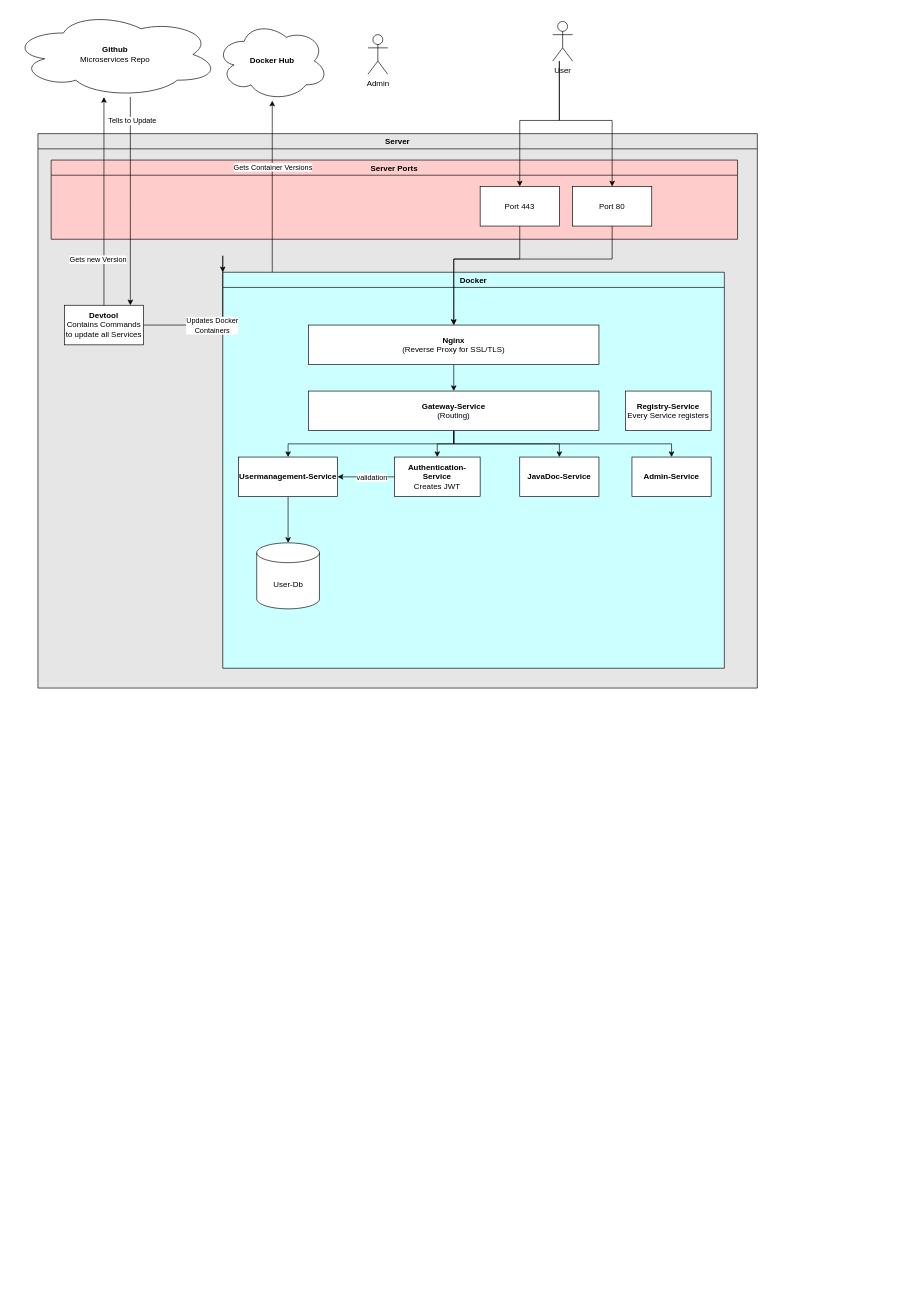
Above: docs/Diagram.drawio in MichiBaum/Microservices (draw.io), before the change. Source tidied: cells renumbered, new cells numbered last; positions are measured from the earlier drawing's top-left corner, leaving out a move shared by most shapes. Both pictures are drawn from the tidied source at 66%, with x=0, y=0 at pixel (11, 11).
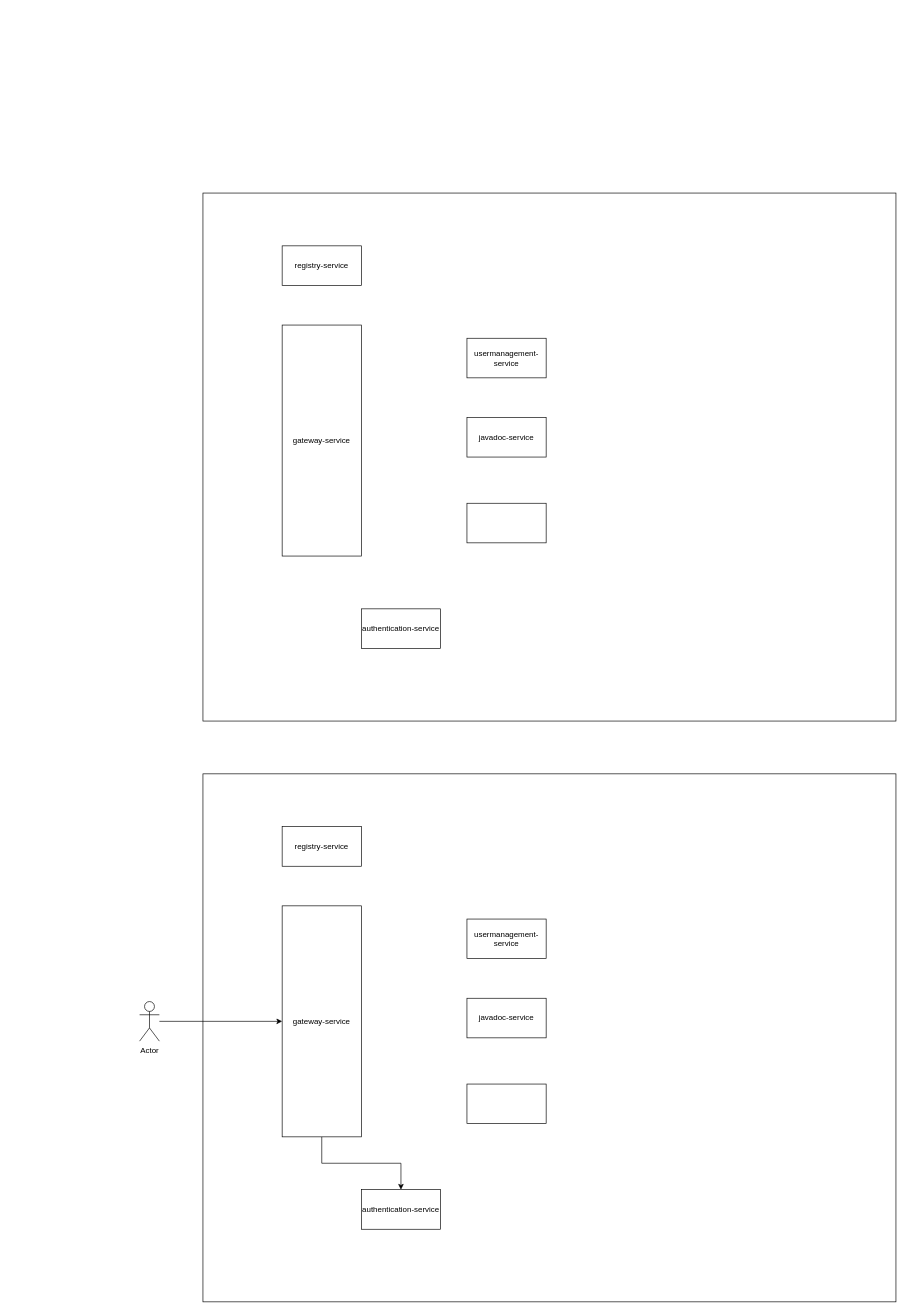
Above is the later version.

Diff of the diagram source:
```diff
@@
-    <mxCell id="2" value="Server" style="swimlane;fillColor=#E6E6E6;gradientColor=none;swimlaneFillColor=#E6E6E6;" parent="1" vertex="1">
-      <mxGeometry x="40" y="185" width="1090" height="840" as="geometry" />
-    </mxCell>
-    <mxCell id="3" value="Docker" style="swimlane;fillColor=#CCFFFF;swimlaneFillColor=#CCFFFF;" parent="2" vertex="1">
-      <mxGeometry x="280" y="210" width="760" height="600" as="geometry" />
-    </mxCell>
-    <mxCell id="4" value="User-Db" style="shape=cylinder3;whiteSpace=wrap;html=1;boundedLbl=1;backgroundOutline=1;size=15;" parent="3" vertex="1">
-      <mxGeometry x="51.5" y="410" width="95" height="100" as="geometry" />
-    </mxCell>
-    <mxCell id="5" style="edgeStyle=orthogonalEdgeStyle;rounded=0;jettySize=auto;html=1;" parent="3" edge="1" source="6" target="11">
-      <mxGeometry relative="1" as="geometry" />
-    </mxCell>
-    <mxCell id="6" value="&lt;b&gt;Nginx&lt;/b&gt;&lt;br&gt;(Reverse Proxy for SSL/TLS)" style="rounded=0;whiteSpace=wrap;html=1;" parent="3" vertex="1">
-      <mxGeometry x="130" y="80" width="440" height="60" as="geometry" />
-    </mxCell>
-    <mxCell id="7" style="edgeStyle=orthogonalEdgeStyle;rounded=0;jettySize=auto;html=1;" parent="3" edge="1" source="11" target="12">
-      <mxGeometry relative="1" as="geometry" />
-    </mxCell>
-    <mxCell id="8" style="edgeStyle=orthogonalEdgeStyle;rounded=0;jettySize=auto;html=1;" parent="3" edge="1" source="11" target="18">
-      <mxGeometry relative="1" as="geometry" />
-    </mxCell>
-    <mxCell id="9" style="edgeStyle=orthogonalEdgeStyle;rounded=0;jettySize=auto;html=1;" parent="3" edge="1" source="11" target="15">
-      <mxGeometry relative="1" as="geometry" />
-    </mxCell>
-    <mxCell id="10" style="edgeStyle=orthogonalEdgeStyle;rounded=0;jettySize=auto;html=1;" parent="3" edge="1" source="11" target="19">
-      <mxGeometry relative="1" as="geometry">
-        <Array as="points">
-          <mxPoint x="350" y="260" />
-          <mxPoint x="680" y="260" />
-        </Array>
-      </mxGeometry>
-    </mxCell>
-    <mxCell id="11" value="&lt;b&gt;Gateway-Service&lt;/b&gt;&lt;br&gt;(Routing)" style="rounded=0;whiteSpace=wrap;html=1;" parent="3" vertex="1">
-      <mxGeometry x="130" y="180" width="440" height="60" as="geometry" />
-    </mxCell>
-    <mxCell id="12" value="&lt;b&gt;JavaDoc-Service&lt;/b&gt;" style="rounded=0;whiteSpace=wrap;html=1;" parent="3" vertex="1">
-      <mxGeometry x="450" y="280" width="120" height="60" as="geometry" />
-    </mxCell>
-    <mxCell id="13" value="&lt;b&gt;Registry-Service&lt;/b&gt;&lt;br&gt;Every Service registers" style="rounded=0;whiteSpace=wrap;html=1;" parent="3" vertex="1">
-      <mxGeometry x="610" y="180" width="130" height="60" as="geometry" />
-    </mxCell>
-    <mxCell id="14" style="edgeStyle=orthogonalEdgeStyle;rounded=0;jettySize=auto;html=1;" parent="3" edge="1" source="15" target="4">
-      <mxGeometry relative="1" as="geometry" />
-    </mxCell>
-    <mxCell id="15" value="&lt;b&gt;Usermanagement-Service&lt;/b&gt;" style="rounded=0;whiteSpace=wrap;html=1;" parent="3" vertex="1">
-      <mxGeometry x="24" y="280" width="150" height="60" as="geometry" />
-    </mxCell>
-    <mxCell id="16" style="edgeStyle=orthogonalEdgeStyle;rounded=0;jettySize=auto;html=1;" parent="3" edge="1" source="18" target="15">
-      <mxGeometry relative="1" as="geometry" />
-    </mxCell>
-    <mxCell id="17" value="validation" style="edgeLabel;html=1;align=center;verticalAlign=middle;" parent="16" vertex="1">
-      <mxGeometry x="-0.19" relative="1" as="geometry" />
-    </mxCell>
-    <mxCell id="18" value="&lt;b&gt;Authentication-Service&lt;/b&gt;&lt;br&gt;Creates JWT" style="rounded=0;whiteSpace=wrap;html=1;" parent="3" vertex="1">
-      <mxGeometry x="260" y="280" width="130" height="60" as="geometry" />
-    </mxCell>
-    <mxCell id="19" value="&lt;b&gt;Admin-Service&lt;/b&gt;" style="rounded=0;whiteSpace=wrap;html=1;" parent="3" vertex="1">
-      <mxGeometry x="620" y="280" width="120" height="60" as="geometry" />
-    </mxCell>
-    <mxCell id="20" style="edgeStyle=orthogonalEdgeStyle;rounded=0;jettySize=auto;html=1;" parent="2" edge="1" source="22" target="3">
-      <mxGeometry relative="1" as="geometry">
-        <Array as="points">
-          <mxPoint x="280" y="185" />
-          <mxPoint x="280" y="185" />
-        </Array>
-      </mxGeometry>
-    </mxCell>
-    <mxCell id="21" value="Updates Docker&lt;br&gt;Containers" style="edgeLabel;html=1;align=center;verticalAlign=middle;" parent="20" vertex="1">
-      <mxGeometry x="-0.3" y="-1" relative="1" as="geometry">
-        <mxPoint x="15" y="-1" as="offset" />
-      </mxGeometry>
-    </mxCell>
-    <mxCell id="22" value="&lt;b&gt;Devtool&lt;/b&gt;&lt;br&gt;Contains Commands to update all Services" style="rounded=0;whiteSpace=wrap;html=1;" parent="2" vertex="1">
-      <mxGeometry x="40" y="260" width="120" height="60" as="geometry" />
-    </mxCell>
-    <mxCell id="23" value="Server Ports" style="swimlane;fillColor=#FFCCCC;swimlaneFillColor=#FFCCCC;" parent="2" vertex="1">
-      <mxGeometry x="20" y="40" width="1040" height="120" as="geometry" />
-    </mxCell>
-    <mxCell id="24" value="Port 80" style="rounded=0;whiteSpace=wrap;html=1;" parent="23" vertex="1">
-      <mxGeometry x="790" y="40" width="120" height="60" as="geometry" />
-    </mxCell>
-    <mxCell id="25" value="Port 443" style="rounded=0;whiteSpace=wrap;html=1;" parent="23" vertex="1">
-      <mxGeometry x="650" y="40" width="120" height="60" as="geometry" />
-    </mxCell>
-    <mxCell id="26" style="edgeStyle=orthogonalEdgeStyle;rounded=0;jettySize=auto;html=1;" parent="2" edge="1" source="25" target="6">
-      <mxGeometry relative="1" as="geometry">
-        <Array as="points">
-          <mxPoint x="730" y="190" />
-          <mxPoint x="630" y="190" />
-        </Array>
-      </mxGeometry>
-    </mxCell>
-    <mxCell id="27" style="edgeStyle=orthogonalEdgeStyle;rounded=0;jettySize=auto;html=1;" parent="2" edge="1" source="24" target="6">
-      <mxGeometry relative="1" as="geometry">
-        <Array as="points">
-          <mxPoint x="870" y="190" />
-          <mxPoint x="630" y="190" />
-        </Array>
-      </mxGeometry>
-    </mxCell>
-    <mxCell id="28" style="edgeStyle=orthogonalEdgeStyle;rounded=0;jettySize=auto;html=1;" parent="1" edge="1" source="30" target="22">
-      <mxGeometry relative="1" as="geometry">
-        <Array as="points">
-          <mxPoint x="180" y="295" />
-          <mxPoint x="180" y="295" />
-        </Array>
-      </mxGeometry>
-    </mxCell>
-    <mxCell id="29" value="Tells to Update" style="edgeLabel;html=1;align=center;verticalAlign=middle;" parent="28" vertex="1">
-      <mxGeometry x="0.16" y="2" relative="1" as="geometry">
-        <mxPoint y="-147" as="offset" />
-      </mxGeometry>
-    </mxCell>
-    <mxCell id="30" value="&lt;b&gt;Github&lt;/b&gt;&lt;br&gt;Microservices Repo" style="ellipse;shape=cloud;whiteSpace=wrap;html=1;" parent="1" vertex="1">
-      <mxGeometry width="314" height="130" as="geometry" />
-    </mxCell>
-    <mxCell id="31" style="edgeStyle=orthogonalEdgeStyle;rounded=0;jettySize=auto;html=1;" parent="1" edge="1" source="22" target="30">
-      <mxGeometry relative="1" as="geometry">
-        <Array as="points">
-          <mxPoint x="140" y="205" />
-          <mxPoint x="140" y="205" />
-        </Array>
-      </mxGeometry>
-    </mxCell>
-    <mxCell id="32" value="Gets new Version" style="edgeLabel;html=1;align=center;verticalAlign=middle;" parent="31" vertex="1">
-      <mxGeometry x="-0.18" y="-1" relative="1" as="geometry">
-        <mxPoint x="-11" y="59" as="offset" />
-      </mxGeometry>
-    </mxCell>
-    <mxCell id="33" value="&lt;b&gt;Docker Hub&lt;/b&gt;" style="ellipse;shape=cloud;whiteSpace=wrap;html=1;" parent="1" vertex="1">
-      <mxGeometry x="310" y="15" width="170" height="120" as="geometry" />
-    </mxCell>
-    <mxCell id="34" style="edgeStyle=orthogonalEdgeStyle;rounded=0;jettySize=auto;html=1;" parent="1" edge="1" source="3" target="33">
-      <mxGeometry relative="1" as="geometry">
-        <Array as="points">
-          <mxPoint x="395" y="335" />
-          <mxPoint x="395" y="335" />
-        </Array>
-      </mxGeometry>
-    </mxCell>
-    <mxCell id="35" value="Gets Container Versions" style="edgeLabel;html=1;align=center;verticalAlign=middle;" parent="34" vertex="1">
-      <mxGeometry x="0.23" relative="1" as="geometry" />
-    </mxCell>
-    <mxCell id="36" value="Admin" style="shape=umlActor;verticalLabelPosition=bottom;verticalAlign=top;html=1;" parent="1" vertex="1">
-      <mxGeometry x="540" y="35" width="30" height="60" as="geometry" />
-    </mxCell>
-    <mxCell id="37" style="edgeStyle=orthogonalEdgeStyle;rounded=0;jettySize=auto;html=1;" parent="1" edge="1" source="39" target="25">
-      <mxGeometry relative="1" as="geometry">
-        <Array as="points">
-          <mxPoint x="830" y="165" />
-          <mxPoint x="770" y="165" />
-        </Array>
-      </mxGeometry>
-    </mxCell>
-    <mxCell id="38" style="edgeStyle=orthogonalEdgeStyle;rounded=0;jettySize=auto;html=1;" parent="1" edge="1" source="39" target="24">
-      <mxGeometry relative="1" as="geometry">
-        <Array as="points">
-          <mxPoint x="830" y="165" />
-          <mxPoint x="910" y="165" />
-        </Array>
-      </mxGeometry>
-    </mxCell>
-    <mxCell id="39" value="User" style="shape=umlActor;verticalLabelPosition=bottom;verticalAlign=top;html=1;outlineConnect=0;" parent="1" vertex="1">
-      <mxGeometry x="820" y="15" width="30" height="60" as="geometry" />
-    </mxCell>
+    <mxCell id="40" style="rounded=0;whiteSpace=wrap;html=1;" parent="1" vertex="1">
+      <mxGeometry x="290" y="275" width="1050" height="800" as="geometry" />
+    </mxCell>
+    <mxCell id="41" value="registry-service" style="rounded=0;whiteSpace=wrap;html=1;" parent="1" vertex="1">
+      <mxGeometry x="410" y="355" width="120" height="60" as="geometry" />
+    </mxCell>
+    <mxCell id="42" value="gateway-service" style="rounded=0;whiteSpace=wrap;html=1;" parent="1" vertex="1">
+      <mxGeometry x="410" y="475" width="120" height="350" as="geometry" />
+    </mxCell>
+    <mxCell id="43" value="authentication-service" style="rounded=0;whiteSpace=wrap;html=1;" parent="1" vertex="1">
+      <mxGeometry x="530" y="905" width="120" height="60" as="geometry" />
+    </mxCell>
+    <mxCell id="44" value="usermanagement-service" style="rounded=0;whiteSpace=wrap;html=1;" parent="1" vertex="1">
+      <mxGeometry x="690" y="495" width="120" height="60" as="geometry" />
+    </mxCell>
+    <mxCell id="45" value="javadoc-service" style="rounded=0;whiteSpace=wrap;html=1;" parent="1" vertex="1">
+      <mxGeometry x="690" y="615" width="120" height="60" as="geometry" />
+    </mxCell>
+    <mxCell id="46" style="rounded=0;whiteSpace=wrap;html=1;" parent="1" vertex="1">
+      <mxGeometry x="690" y="745" width="120" height="60" as="geometry" />
+    </mxCell>
+    <mxCell id="47" style="rounded=0;whiteSpace=wrap;html=1;" parent="1" vertex="1">
+      <mxGeometry x="290" y="1155" width="1050" height="800" as="geometry" />
+    </mxCell>
+    <mxCell id="48" value="registry-service" style="rounded=0;whiteSpace=wrap;html=1;" parent="1" vertex="1">
+      <mxGeometry x="410" y="1235" width="120" height="60" as="geometry" />
+    </mxCell>
+    <mxCell id="49" style="edgeStyle=orthogonalEdgeStyle;rounded=0;jettySize=auto;html=1;" parent="1" edge="1" source="50" target="51">
+      <mxGeometry relative="1" as="geometry" />
+    </mxCell>
+    <mxCell id="50" value="gateway-service" style="rounded=0;whiteSpace=wrap;html=1;" parent="1" vertex="1">
+      <mxGeometry x="410" y="1355" width="120" height="350" as="geometry" />
+    </mxCell>
+    <mxCell id="51" value="authentication-service" style="rounded=0;whiteSpace=wrap;html=1;" parent="1" vertex="1">
+      <mxGeometry x="530" y="1785" width="120" height="60" as="geometry" />
+    </mxCell>
+    <mxCell id="52" value="usermanagement-service" style="rounded=0;whiteSpace=wrap;html=1;" parent="1" vertex="1">
+      <mxGeometry x="690" y="1375" width="120" height="60" as="geometry" />
+    </mxCell>
+    <mxCell id="53" value="javadoc-service" style="rounded=0;whiteSpace=wrap;html=1;" parent="1" vertex="1">
+      <mxGeometry x="690" y="1495" width="120" height="60" as="geometry" />
+    </mxCell>
+    <mxCell id="54" style="rounded=0;whiteSpace=wrap;html=1;" parent="1" vertex="1">
+      <mxGeometry x="690" y="1625" width="120" height="60" as="geometry" />
+    </mxCell>
+    <mxCell id="55" style="edgeStyle=orthogonalEdgeStyle;rounded=0;jettySize=auto;html=1;" parent="1" edge="1" source="56" target="50">
+      <mxGeometry relative="1" as="geometry" />
+    </mxCell>
+    <mxCell id="56" value="Actor" style="shape=umlActor;verticalLabelPosition=bottom;verticalAlign=top;html=1;outlineConnect=0;" parent="1" vertex="1">
+      <mxGeometry x="194" y="1500" width="30" height="60" as="geometry" />
+    </mxCell>
```
